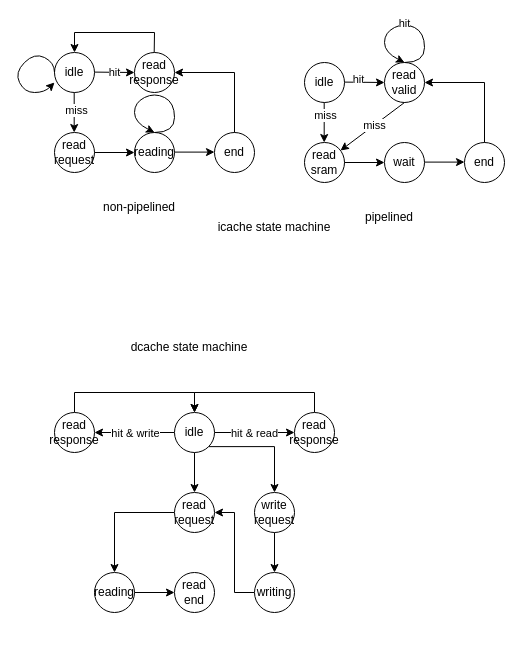
DavidZyy/drawio_repo keeps this draw.io diagram as cpu.drawio. Above is the earlier version. Source tidied: cells renumbered, new cells numbered last; positions are measured from the earlier drawing's top-left corner, leaving out a move shared by most shapes. Both pictures are drawn from the tidied source at 100%, with x=0, y=0 at pixel (14, 22).
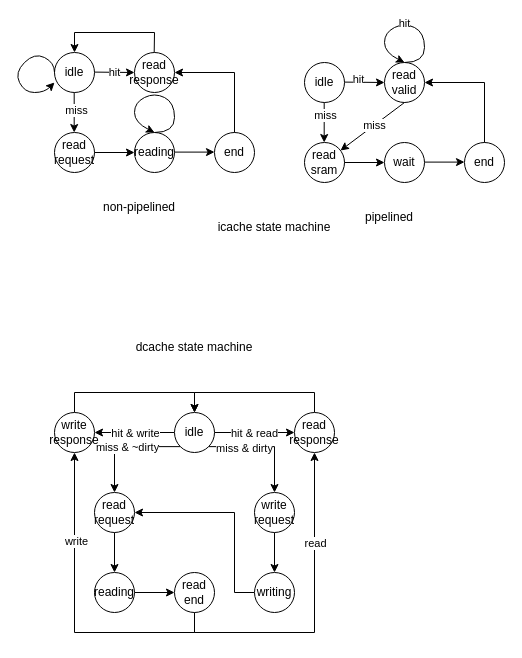
The same diagram, later.

The change refers to these unchanged cells:
```xml
<mxCell id="43" value="idle" style="ellipse;whiteSpace=wrap;html=1;" parent="1" vertex="1">
  <mxGeometry x="160" y="390" width="40" height="40" as="geometry" />
</mxCell>
<mxCell id="45" value="read&lt;br&gt;response" style="ellipse;whiteSpace=wrap;html=1;" parent="1" vertex="1">
  <mxGeometry x="280" y="390" width="40" height="40" as="geometry" />
</mxCell>
<mxCell id="51" value="write&lt;br&gt;request" style="ellipse;whiteSpace=wrap;html=1;" parent="1" vertex="1">
  <mxGeometry x="240" y="470" width="40" height="40" as="geometry" />
</mxCell>
<mxCell id="53" value="reading" style="ellipse;whiteSpace=wrap;html=1;" parent="1" vertex="1">
  <mxGeometry x="80" y="550" width="40" height="40" as="geometry" />
</mxCell>
<mxCell id="55" value="writing" style="ellipse;whiteSpace=wrap;html=1;" parent="1" vertex="1">
  <mxGeometry x="240" y="550" width="40" height="40" as="geometry" />
</mxCell>
<mxCell id="56" value="read&lt;br&gt;end" style="ellipse;whiteSpace=wrap;html=1;" parent="1" vertex="1">
  <mxGeometry x="160" y="550" width="40" height="40" as="geometry" />
</mxCell>
```

Diff of the diagram source:
```diff
@@
     <mxCell id="36" value="dcache state machine" style="text;strokeColor=none;align=center;fillColor=none;html=1;verticalAlign=middle;whiteSpace=wrap;rounded=0;" parent="1" vertex="1">
-      <mxGeometry x="40" y="310" width="270" height="30" as="geometry" />
+      <mxGeometry x="45" y="310" width="270" height="30" as="geometry" />
     </mxCell>
@@
+    <mxCell id="42" style="edgeStyle=orthogonalEdgeStyle;rounded=0;jettySize=auto;html=1;exitX=1;exitY=1;exitDx=0;exitDy=0;entryX=0.5;entryY=0;entryDx=0;entryDy=0;" parent="1" edge="1" source="43" target="51">
+      <mxGeometry relative="1" as="geometry" />
+    </mxCell>
+    <mxCell id="57" value="miss &amp;amp; dirty" style="edgeLabel;html=1;align=center;verticalAlign=middle;" parent="42" vertex="1">
+      <mxGeometry x="-0.38" y="-1" relative="1" as="geometry" />
+    </mxCell>
-    <mxCell id="41" style="edgeStyle=orthogonalEdgeStyle;rounded=0;jettySize=auto;html=1;exitX=0.5;exitY=1;exitDx=0;exitDy=0;entryX=0.5;entryY=0;entryDx=0;entryDy=0;" parent="1" edge="1" source="43" target="49">
+    <mxCell id="41" style="edgeStyle=orthogonalEdgeStyle;rounded=0;jettySize=auto;html=1;exitX=0;exitY=1;exitDx=0;exitDy=0;entryX=0.5;entryY=0;entryDx=0;entryDy=0;" parent="1" edge="1" source="43" target="49">
       <mxGeometry relative="1" as="geometry" />
     </mxCell>
-    <mxCell id="42" style="edgeStyle=orthogonalEdgeStyle;rounded=0;jettySize=auto;html=1;exitX=1;exitY=1;exitDx=0;exitDy=0;entryX=0.5;entryY=0;entryDx=0;entryDy=0;" parent="1" edge="1" source="43" target="51">
-      <mxGeometry relative="1" as="geometry" />
-    </mxCell>
+    <mxCell id="58" value="miss &amp;amp; ~dirty" style="edgeLabel;html=1;align=center;verticalAlign=middle;" parent="41" vertex="1">
+      <mxGeometry x="-0.05" relative="1" as="geometry" />
+    </mxCell>
@@
-    <mxCell id="47" value="read&lt;br&gt;response" style="ellipse;whiteSpace=wrap;html=1;" parent="1" vertex="1">
+    <mxCell id="47" value="write&lt;br&gt;response" style="ellipse;whiteSpace=wrap;html=1;" parent="1" vertex="1">
       <mxGeometry x="40" y="390" width="40" height="40" as="geometry" />
     </mxCell>
-    <mxCell id="48" style="edgeStyle=orthogonalEdgeStyle;rounded=0;jettySize=auto;html=1;exitX=0;exitY=0.5;exitDx=0;exitDy=0;entryX=0.5;entryY=0;entryDx=0;entryDy=0;" parent="1" edge="1" source="49" target="53">
+    <mxCell id="48" style="edgeStyle=orthogonalEdgeStyle;rounded=0;jettySize=auto;html=1;exitX=0.5;exitY=1;exitDx=0;exitDy=0;entryX=0.5;entryY=0;entryDx=0;entryDy=0;" parent="1" edge="1" source="49" target="53">
       <mxGeometry relative="1" as="geometry" />
     </mxCell>
     <mxCell id="49" value="read&lt;br&gt;request" style="ellipse;whiteSpace=wrap;html=1;" parent="1" vertex="1">
-      <mxGeometry x="160" y="470" width="40" height="40" as="geometry" />
+      <mxGeometry x="80" y="470" width="40" height="40" as="geometry" />
     </mxCell>
@@
     <mxCell id="54" style="edgeStyle=orthogonalEdgeStyle;rounded=0;jettySize=auto;html=1;exitX=0;exitY=0.5;exitDx=0;exitDy=0;entryX=1;entryY=0.5;entryDx=0;entryDy=0;" parent="1" edge="1" source="55" target="49">
-      <mxGeometry relative="1" as="geometry" />
+      <mxGeometry relative="1" as="geometry">
+        <Array as="points">
+          <mxPoint x="220" y="570" />
+          <mxPoint x="220" y="490" />
+        </Array>
+      </mxGeometry>
     </mxCell>
@@
+    <mxCell id="59" style="edgeStyle=orthogonalEdgeStyle;rounded=0;jettySize=auto;html=1;exitX=0.5;exitY=1;exitDx=0;exitDy=0;entryX=0.5;entryY=1;entryDx=0;entryDy=0;" parent="1" edge="1" source="56" target="47">
+      <mxGeometry relative="1" as="geometry" />
+    </mxCell>
+    <mxCell id="60" value="write" style="edgeLabel;html=1;align=center;verticalAlign=middle;" parent="59" vertex="1">
+      <mxGeometry x="0.45" y="-1" relative="1" as="geometry" />
+    </mxCell>
+    <mxCell id="61" style="edgeStyle=orthogonalEdgeStyle;rounded=0;jettySize=auto;html=1;exitX=0.5;exitY=1;exitDx=0;exitDy=0;entryX=0.5;entryY=1;entryDx=0;entryDy=0;" parent="1" edge="1" source="56" target="45">
+      <mxGeometry relative="1" as="geometry" />
+    </mxCell>
+    <mxCell id="62" value="read" style="edgeLabel;html=1;align=center;verticalAlign=middle;" parent="61" vertex="1">
+      <mxGeometry x="0.47" y="1" relative="1" as="geometry">
+        <mxPoint x="1" y="5" as="offset" />
+      </mxGeometry>
+    </mxCell>
```
